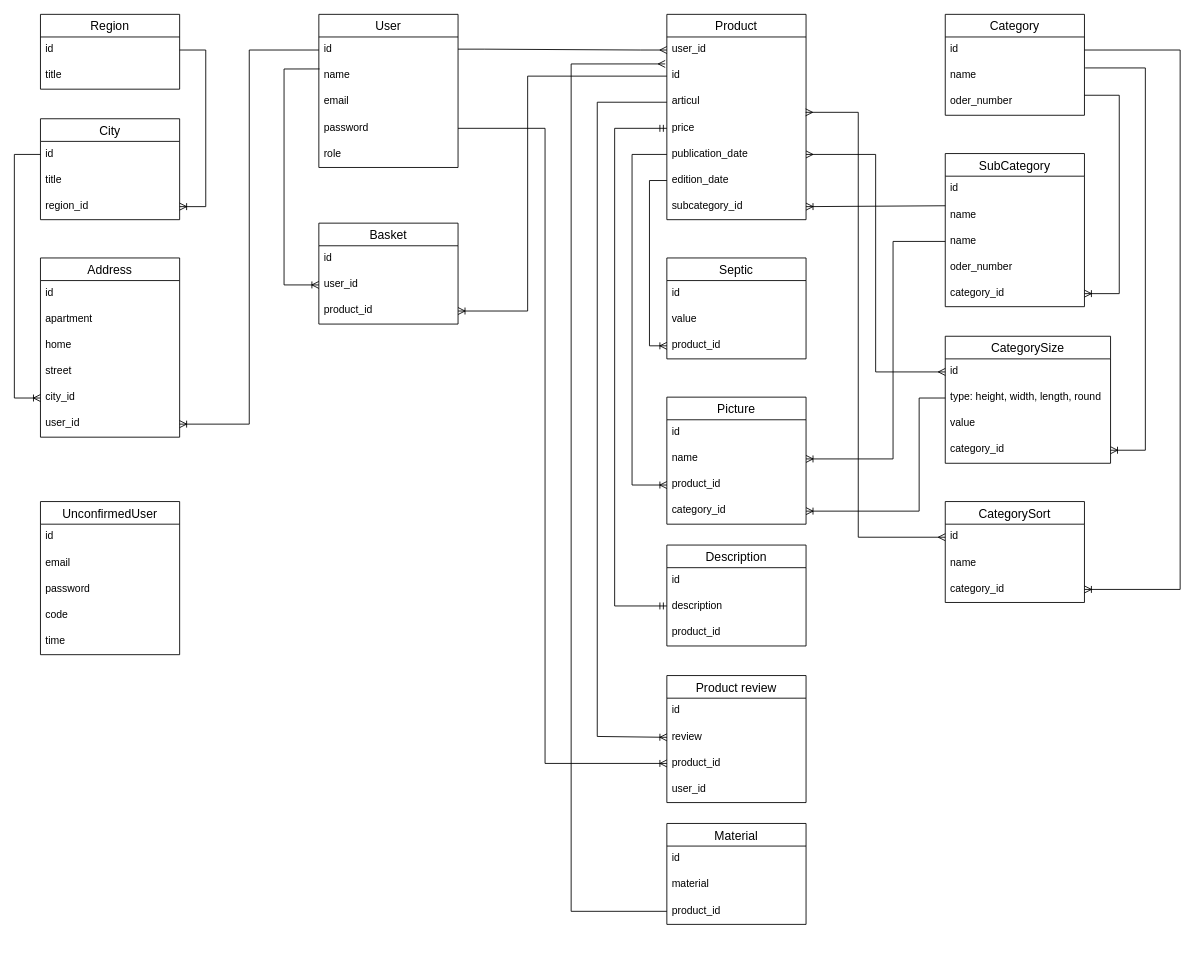
The draw.io diagram lesopilka.drawio in alexeyk500/lesopilka_backend, before the edit. Source tidied: cells renumbered, new cells numbered last; positions are measured from the earlier drawing's top-left corner, leaving out a move shared by most shapes. Both pictures are drawn from the tidied source at 87%, with x=0, y=0 at pixel (14, 14).
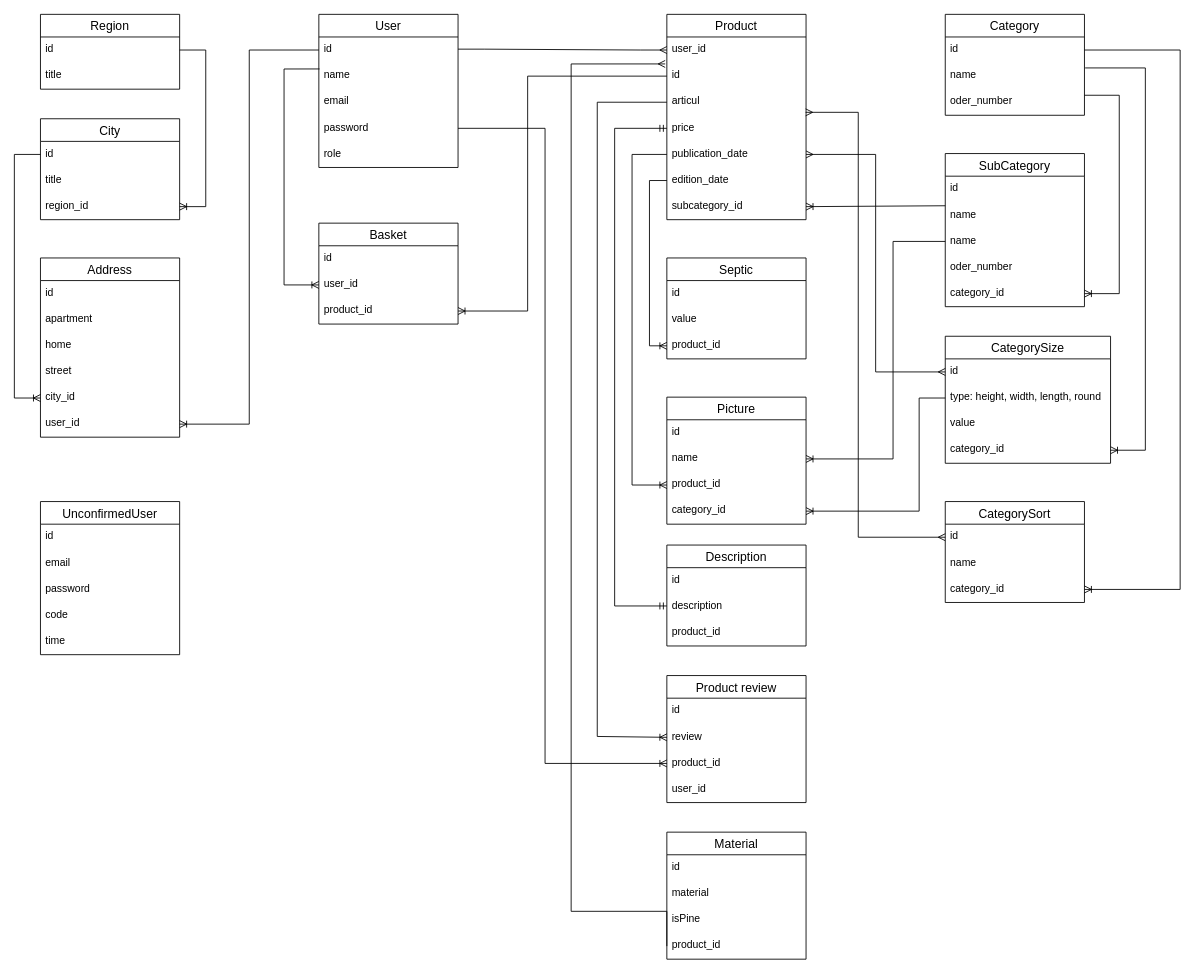
After the change.

Change to the diagram source:
```diff
@@
     <mxCell id="96" value="Material" style="swimlane;fontStyle=0;horizontal=1;startSize=26;align=center;fontSize=14;" parent="1" vertex="1">
-      <mxGeometry x="750" y="930" width="160" height="116" as="geometry" />
+      <mxGeometry x="750" y="940" width="160" height="146" as="geometry" />
     </mxCell>
@@
+    <mxCell id="101" value="isPine" style="text;strokeColor=none;fillColor=none;spacingLeft=4;spacingRight=4;overflow=hidden;fontSize=12;" parent="96" vertex="1">
+      <mxGeometry y="86" width="160" height="30" as="geometry" />
+    </mxCell>
     <mxCell id="99" value="product_id" style="text;strokeColor=none;fillColor=none;spacingLeft=4;spacingRight=4;overflow=hidden;points=[[0,0.5],[1,0.5]];portConstraint=eastwest;fontSize=12;" parent="96" vertex="1">
-      <mxGeometry y="86" width="160" height="30" as="geometry" />
+      <mxGeometry y="116" width="160" height="30" as="geometry" />
     </mxCell>
```
